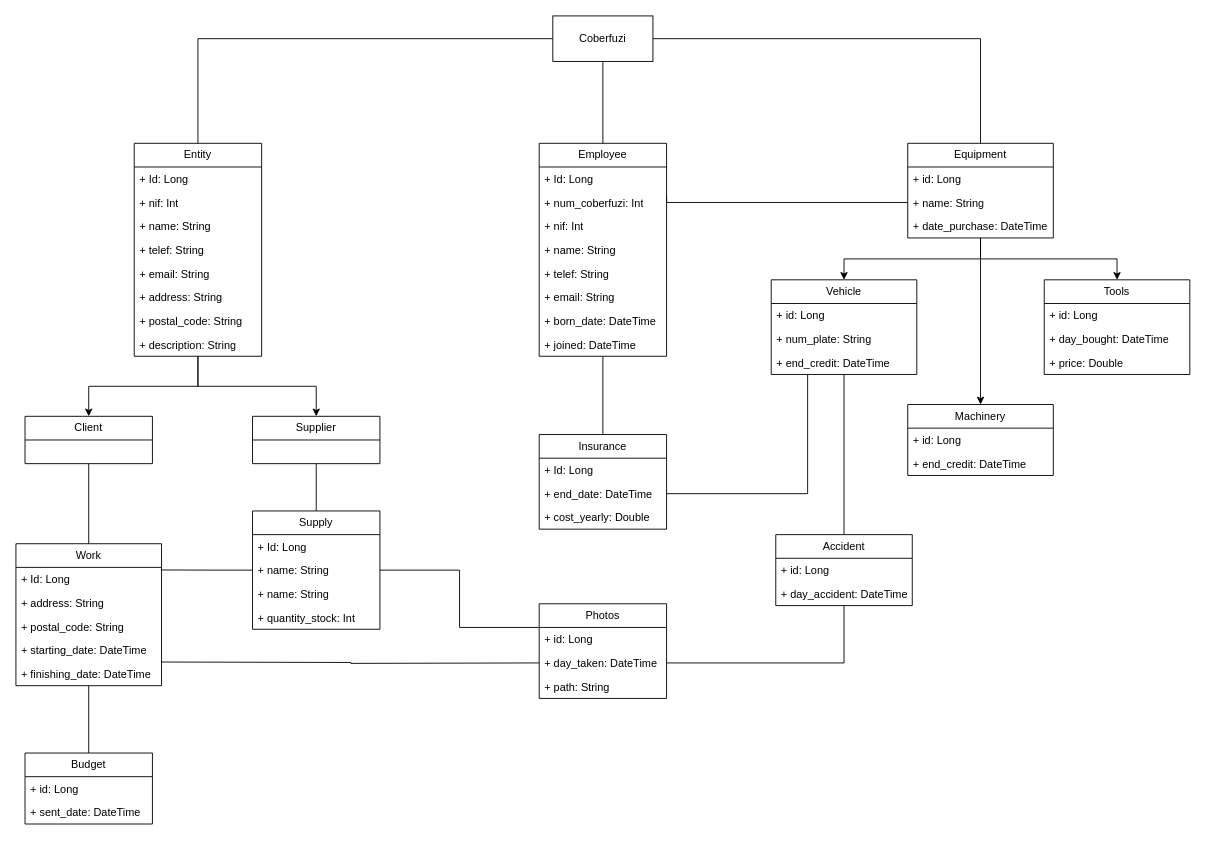
Nickhsu11/CoberfuziFileManager keeps this draw.io diagram as page "Domain Model - With Fields" (2 of 3) of CoberfuziFileManager.drawio. Above is the earlier version. Source tidied: cells renumbered, new cells numbered last; positions are measured from the earlier drawing's top-left corner, leaving out a move shared by most shapes. Both pictures are drawn from the tidied source at 91%, with x=0, y=0 at pixel (15, 15).
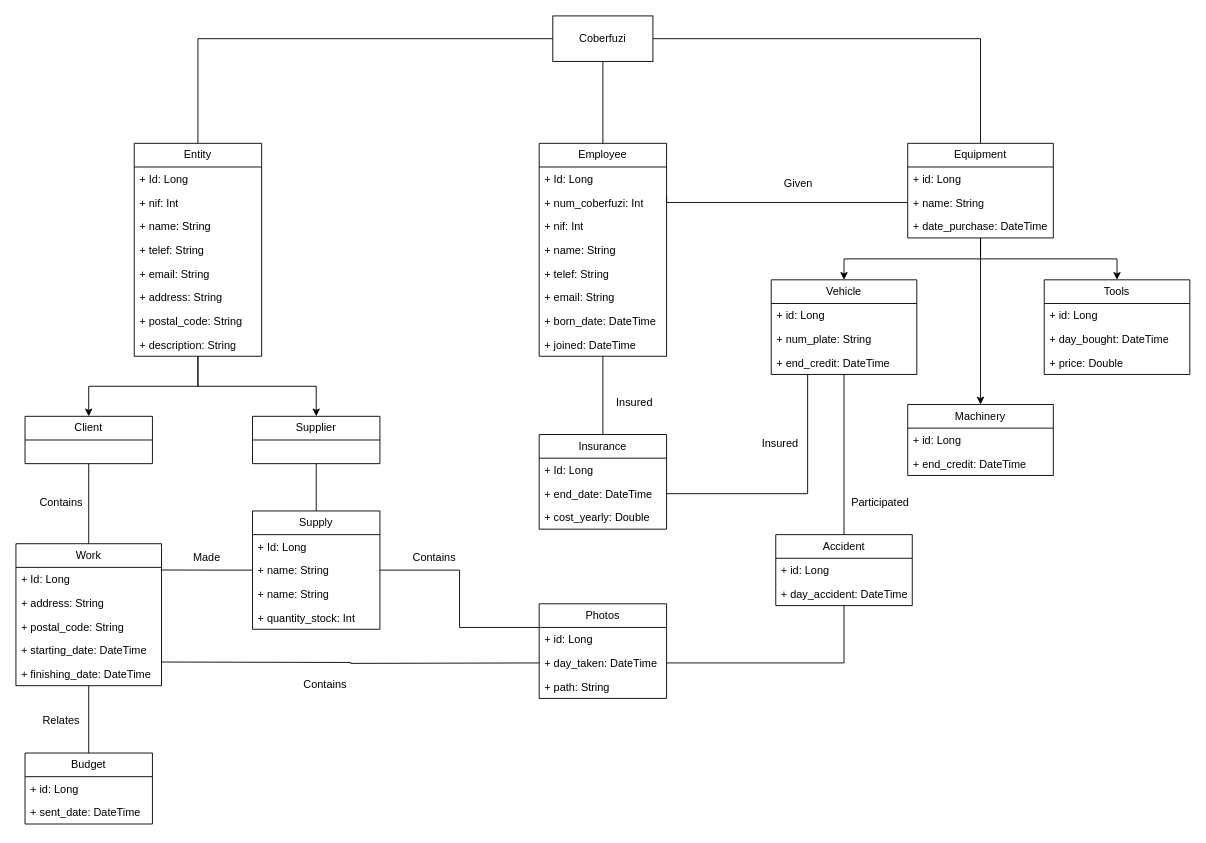
After the change.

Commit message:
Domain Model - Complete | Class Diagram - Start

What changed in the source:
```diff
@@
+    <mxCell id="82" value="&lt;div&gt;&lt;br&gt;&lt;/div&gt;&lt;div&gt;&lt;br&gt;&lt;/div&gt;" style="text;strokeColor=none;align=center;fillColor=none;html=1;verticalAlign=middle;whiteSpace=wrap;rounded=0;" parent="1" vertex="1">
+      <mxGeometry x="890" y="470" width="60" height="30" as="geometry" />
+    </mxCell>
+    <mxCell id="83" value="Contains" style="text;strokeColor=none;align=center;fillColor=none;html=1;verticalAlign=middle;whiteSpace=wrap;rounded=0;" parent="1" vertex="1">
+      <mxGeometry x="20" y="520" width="60" height="30" as="geometry" />
+    </mxCell>
+    <mxCell id="84" value="Relates" style="text;strokeColor=none;align=center;fillColor=none;html=1;verticalAlign=middle;whiteSpace=wrap;rounded=0;" parent="1" vertex="1">
+      <mxGeometry x="20" y="760" width="60" height="30" as="geometry" />
+    </mxCell>
+    <mxCell id="85" value="Contains" style="text;strokeColor=none;align=center;fillColor=none;html=1;verticalAlign=middle;whiteSpace=wrap;rounded=0;" parent="1" vertex="1">
+      <mxGeometry x="310" y="720" width="60" height="30" as="geometry" />
+    </mxCell>
+    <mxCell id="86" value="Made" style="text;strokeColor=none;align=center;fillColor=none;html=1;verticalAlign=middle;whiteSpace=wrap;rounded=0;" parent="1" vertex="1">
+      <mxGeometry x="180" y="580" width="60" height="30" as="geometry" />
+    </mxCell>
+    <mxCell id="87" value="Contains" style="text;strokeColor=none;align=center;fillColor=none;html=1;verticalAlign=middle;whiteSpace=wrap;rounded=0;" parent="1" vertex="1">
+      <mxGeometry x="430" y="580" width="60" height="30" as="geometry" />
+    </mxCell>
+    <mxCell id="88" value="Participated" style="text;strokeColor=none;align=center;fillColor=none;html=1;verticalAlign=middle;whiteSpace=wrap;rounded=0;" parent="1" vertex="1">
+      <mxGeometry x="920" y="520" width="60" height="30" as="geometry" />
+    </mxCell>
+    <mxCell id="89" value="Insured" style="text;strokeColor=none;align=center;fillColor=none;html=1;verticalAlign=middle;whiteSpace=wrap;rounded=0;" parent="1" vertex="1">
+      <mxGeometry x="810" y="455" width="60" height="30" as="geometry" />
+    </mxCell>
+    <mxCell id="90" value="Insured" style="text;strokeColor=none;align=center;fillColor=none;html=1;verticalAlign=middle;whiteSpace=wrap;rounded=0;" parent="1" vertex="1">
+      <mxGeometry x="650" y="410" width="60" height="30" as="geometry" />
+    </mxCell>
+    <mxCell id="91" value="Given" style="text;strokeColor=none;align=center;fillColor=none;html=1;verticalAlign=middle;whiteSpace=wrap;rounded=0;" parent="1" vertex="1">
+      <mxGeometry x="830" y="170" width="60" height="30" as="geometry" />
+    </mxCell>
```
